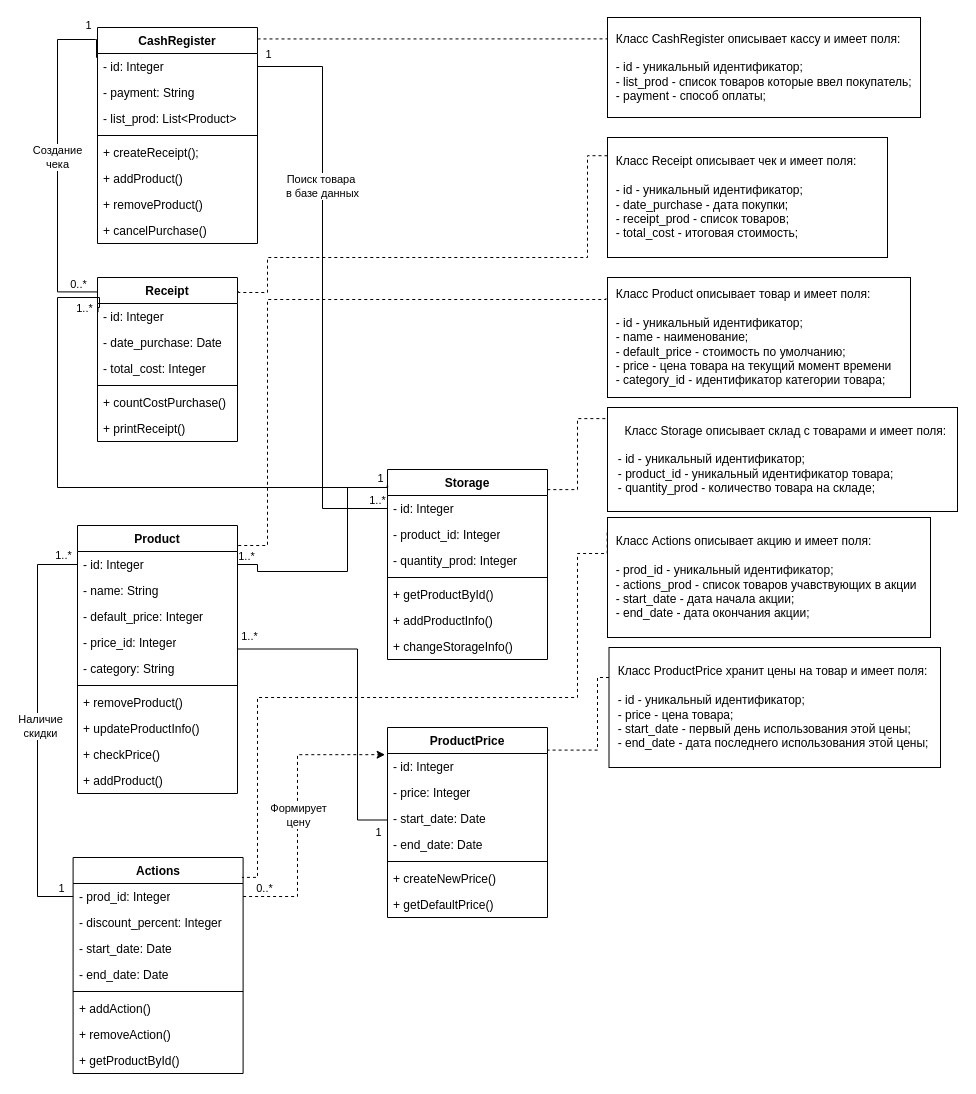
Above: Диаграмма без названия.drawio in IlyaSannikow/Machine-learning (draw.io), before the change. Source tidied: cells renumbered, new cells numbered last; positions are measured from the earlier drawing's top-left corner, leaving out a move shared by most shapes. Both pictures are drawn from the tidied source at 100%, with x=0, y=0 at pixel (37, 17).
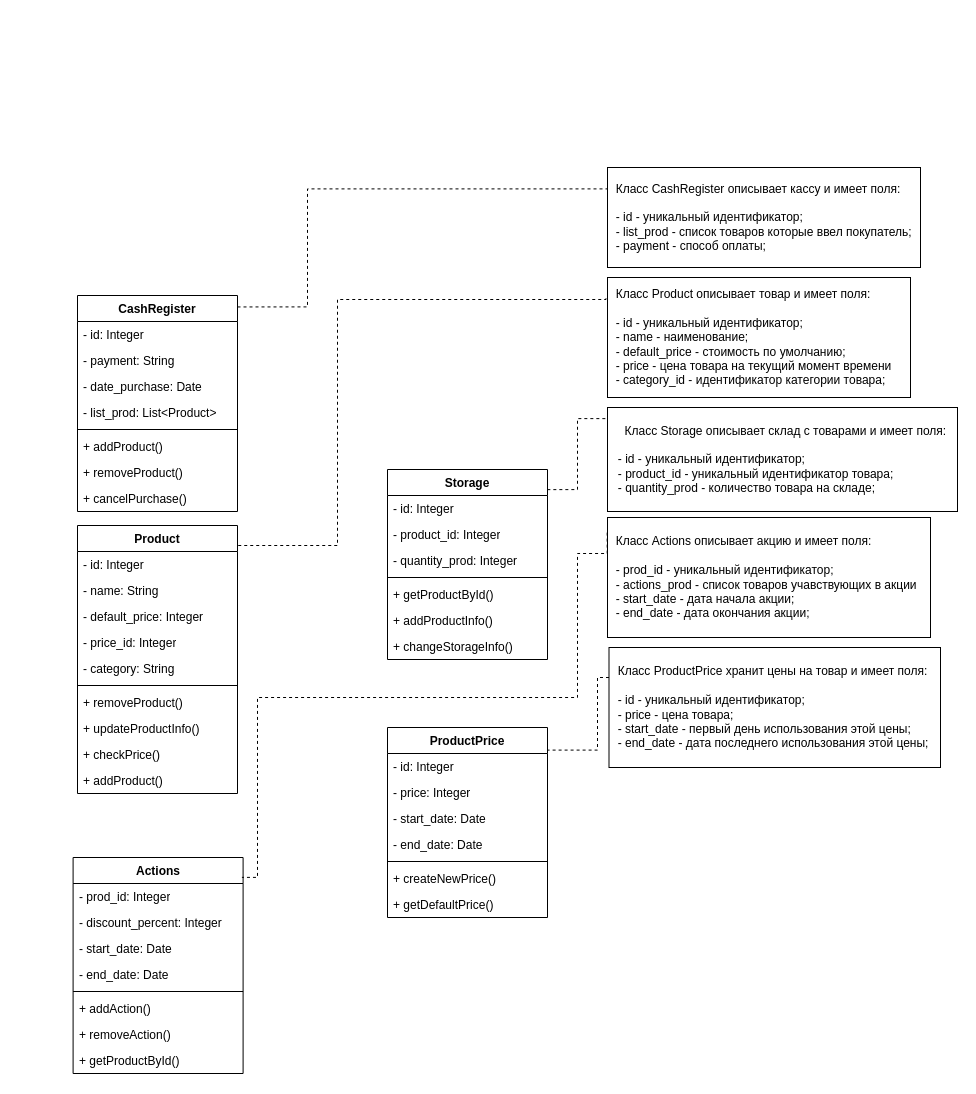
The same diagram, later.

Commit message:
Удалил некорректные данные из диаграмм

The change refers to these unchanged cells:
```xml
<mxCell id="2" value="Product" style="swimlane;fontStyle=1;align=center;verticalAlign=top;horizontal=1;startSize=26;whiteSpace=wrap;html=1;" parent="1" vertex="1">
  <mxGeometry x="40" y="508" width="160" height="268" as="geometry" />
</mxCell>
<mxCell id="3" value="- id: Integer" style="text;strokeColor=none;fillColor=none;align=left;verticalAlign=top;spacingLeft=4;spacingRight=4;overflow=hidden;points=[[0,0.5],[1,0.5]];portConstraint=eastwest;whiteSpace=wrap;html=1;" parent="2" vertex="1">
  <mxGeometry y="26" width="160" height="26" as="geometry" />
</mxCell>
<mxCell id="6" value="- price_id: Integer" style="text;strokeColor=none;fillColor=none;align=left;verticalAlign=top;spacingLeft=4;spacingRight=4;overflow=hidden;points=[[0,0.5],[1,0.5]];portConstraint=eastwest;whiteSpace=wrap;html=1;" parent="2" vertex="1">
  <mxGeometry y="104" width="160" height="26" as="geometry" />
</mxCell>
<mxCell id="13" value="&amp;nbsp; Класс Product описывает товар и имеет поля:&amp;nbsp;&lt;div&gt;&lt;br&gt;&lt;div&gt;&amp;nbsp; - id - уникальный идентификатор;&lt;/div&gt;&lt;div&gt;&amp;nbsp; - name - наименование;&lt;/div&gt;&lt;div&gt;&amp;nbsp; - default_price - стоимость по умолчанию;&lt;/div&gt;&lt;div&gt;&amp;nbsp; - price - цена товара на текущий момент времени&lt;/div&gt;&lt;div&gt;&amp;nbsp; - category_id - идентификатор категории товара;&lt;/div&gt;&lt;/div&gt;" style="html=1;whiteSpace=wrap;align=left;" parent="1" vertex="1">
  <mxGeometry x="570" y="260" width="303" height="120" as="geometry" />
</mxCell>
<mxCell id="14" value="Storage" style="swimlane;fontStyle=1;align=center;verticalAlign=top;horizontal=1;startSize=26;whiteSpace=wrap;html=1;" parent="1" vertex="1">
  <mxGeometry x="350" y="452" width="160" height="190" as="geometry" />
</mxCell>
<mxCell id="15" value="- id: Integer" style="text;strokeColor=none;fillColor=none;align=left;verticalAlign=top;spacingLeft=4;spacingRight=4;overflow=hidden;points=[[0,0.5],[1,0.5]];portConstraint=eastwest;whiteSpace=wrap;html=1;" parent="14" vertex="1">
  <mxGeometry y="26" width="160" height="26" as="geometry" />
</mxCell>
<mxCell id="28" value="- prod_id: Integer" style="text;strokeColor=none;fillColor=none;align=left;verticalAlign=top;spacingLeft=4;spacingRight=4;overflow=hidden;points=[[0,0.5],[1,0.5]];portConstraint=eastwest;whiteSpace=wrap;html=1;" parent="27" vertex="1">
  <mxGeometry y="26" width="170" height="26" as="geometry" />
</mxCell>
<mxCell id="46" value="- id: Integer" style="text;strokeColor=none;fillColor=none;align=left;verticalAlign=top;spacingLeft=4;spacingRight=4;overflow=hidden;points=[[0,0.5],[1,0.5]];portConstraint=eastwest;whiteSpace=wrap;html=1;" parent="45" vertex="1">
  <mxGeometry y="26" width="160" height="26" as="geometry" />
</mxCell>
<mxCell id="56" value="ProductPrice" style="swimlane;fontStyle=1;align=center;verticalAlign=top;horizontal=1;startSize=26;whiteSpace=wrap;html=1;" parent="1" vertex="1">
  <mxGeometry x="350" y="710" width="160" height="190" as="geometry" />
</mxCell>
```

What changed in the source:
```diff
@@
     <mxCell id="23" style="edgeStyle=orthogonalEdgeStyle;rounded=0;jettySize=auto;html=1;dashed=1;endArrow=none;endFill=0;exitX=-0.005;exitY=0.173;exitDx=0;exitDy=0;exitPerimeter=0;entryX=1;entryY=0.069;entryDx=0;entryDy=0;entryPerimeter=0;" parent="1" edge="1" source="13" target="2">
       <mxGeometry relative="1" as="geometry">
         <Array as="points">
-          <mxPoint x="230" y="282" />
-          <mxPoint x="230" y="528" />
+          <mxPoint x="569" y="282" />
+          <mxPoint x="300" y="282" />
+          <mxPoint x="300" y="528" />
           <mxPoint x="200" y="528" />
         </Array>
       </mxGeometry>
     </mxCell>
@@
-    <mxCell id="25" style="edgeStyle=orthogonalEdgeStyle;rounded=0;jettySize=auto;html=1;exitX=1;exitY=0.5;exitDx=0;exitDy=0;endArrow=none;endFill=0;startArrow=none;startFill=0;entryX=0.001;entryY=0.084;entryDx=0;entryDy=0;entryPerimeter=0;" parent="1" edge="1" source="3" target="14">
-      <mxGeometry relative="1" as="geometry">
-        <Array as="points">
-          <mxPoint x="220" y="547" />
-          <mxPoint x="220" y="554" />
-          <mxPoint x="310" y="554" />
-          <mxPoint x="310" y="470" />
-          <mxPoint x="350" y="470" />
-        </Array>
-      </mxGeometry>
-    </mxCell>
-    <mxCell id="26" value="1..*" style="edgeLabel;html=1;align=center;verticalAlign=middle;" parent="25" vertex="1">
-      <mxGeometry x="-0.87" y="-2" relative="1" as="geometry">
-        <mxPoint x="-8" y="-11" as="offset" />
-      </mxGeometry>
-    </mxCell>
@@
-    <mxCell id="38" value="Receipt" style="swimlane;fontStyle=1;align=center;verticalAlign=top;horizontal=1;startSize=26;whiteSpace=wrap;html=1;" parent="1" vertex="1">
-      <mxGeometry x="60" y="260" width="140" height="164" as="geometry" />
-    </mxCell>
-    <mxCell id="39" value="- id: Integer" style="text;strokeColor=none;fillColor=none;align=left;verticalAlign=top;spacingLeft=4;spacingRight=4;overflow=hidden;whiteSpace=wrap;html=1;" parent="38" vertex="1">
-      <mxGeometry y="26" width="140" height="26" as="geometry" />
-    </mxCell>
-    <mxCell id="40" value="- date_purchase: Date" style="text;strokeColor=none;fillColor=none;align=left;verticalAlign=top;spacingLeft=4;spacingRight=4;overflow=hidden;whiteSpace=wrap;html=1;" parent="38" vertex="1">
-      <mxGeometry y="52" width="140" height="26" as="geometry" />
-    </mxCell>
-    <mxCell id="41" value="- total_cost: Integer" style="text;strokeColor=none;fillColor=none;align=left;verticalAlign=top;spacingLeft=4;spacingRight=4;overflow=hidden;whiteSpace=wrap;html=1;" parent="38" vertex="1">
-      <mxGeometry y="78" width="140" height="26" as="geometry" />
-    </mxCell>
-    <mxCell id="42" style="line;strokeWidth=1;fillColor=none;align=left;verticalAlign=middle;spacingTop=-1;spacingLeft=3;spacingRight=3;labelPosition=right;strokeColor=inherit;" parent="38" vertex="1">
-      <mxGeometry y="104" width="140" height="8" as="geometry" />
-    </mxCell>
-    <mxCell id="43" value="+ countCostPurchase()" style="text;strokeColor=none;fillColor=none;align=left;verticalAlign=top;spacingLeft=4;spacingRight=4;overflow=hidden;whiteSpace=wrap;html=1;" parent="38" vertex="1">
-      <mxGeometry y="112" width="140" height="26" as="geometry" />
-    </mxCell>
-    <mxCell id="44" value="+ printReceipt()" style="text;strokeColor=none;fillColor=none;align=left;verticalAlign=top;spacingLeft=4;spacingRight=4;overflow=hidden;whiteSpace=wrap;html=1;" parent="38" vertex="1">
-      <mxGeometry y="138" width="140" height="26" as="geometry" />
-    </mxCell>
     <mxCell id="45" value="CashRegister" style="swimlane;fontStyle=1;align=center;verticalAlign=top;horizontal=1;startSize=26;whiteSpace=wrap;html=1;" parent="1" vertex="1">
-      <mxGeometry x="60" y="10" width="160" height="216" as="geometry" />
+      <mxGeometry x="40" y="278" width="160" height="216" as="geometry" />
     </mxCell>
@@
+    <mxCell id="40" value="- date_purchase: Date" style="text;strokeColor=none;fillColor=none;align=left;verticalAlign=top;spacingLeft=4;spacingRight=4;overflow=hidden;whiteSpace=wrap;html=1;" parent="45" vertex="1">
+      <mxGeometry y="78" width="160" height="26" as="geometry" />
+    </mxCell>
     <mxCell id="48" value="- list_prod: List&amp;lt;Product&amp;gt;" style="text;strokeColor=none;fillColor=none;align=left;verticalAlign=top;spacingLeft=4;spacingRight=4;overflow=hidden;whiteSpace=wrap;html=1;" parent="45" vertex="1">
-      <mxGeometry y="78" width="160" height="26" as="geometry" />
+      <mxGeometry y="104" width="160" height="26" as="geometry" />
     </mxCell>
     <mxCell id="49" style="line;strokeWidth=1;fillColor=none;align=left;verticalAlign=middle;spacingTop=-1;spacingLeft=3;spacingRight=3;labelPosition=right;strokeColor=inherit;" parent="45" vertex="1">
-      <mxGeometry y="104" width="160" height="8" as="geometry" />
+      <mxGeometry y="130" width="160" height="8" as="geometry" />
     </mxCell>
-    <mxCell id="50" value="+ createReceipt();" style="text;strokeColor=none;fillColor=none;align=left;verticalAlign=top;spacingLeft=4;spacingRight=4;overflow=hidden;whiteSpace=wrap;html=1;" parent="45" vertex="1">
-      <mxGeometry y="112" width="160" height="26" as="geometry" />
-    </mxCell>
@@
-    <mxCell id="54" value="&amp;nbsp; Класс Receipt описывает чек и имеет поля:&amp;nbsp;&lt;div&gt;&lt;br&gt;&lt;div&gt;&amp;nbsp; - id - уникальный идентификатор;&lt;/div&gt;&lt;div&gt;&amp;nbsp; - date_purchase - дата покупки;&lt;/div&gt;&lt;div&gt;&amp;nbsp; - receipt_prod - список товаров;&lt;/div&gt;&lt;div&gt;&amp;nbsp; - total_cost - итоговая стоимость;&lt;/div&gt;&lt;/div&gt;" style="html=1;whiteSpace=wrap;align=left;" parent="1" vertex="1">
-      <mxGeometry x="570" y="120" width="280" height="120" as="geometry" />
-    </mxCell>
-    <mxCell id="55" style="edgeStyle=orthogonalEdgeStyle;rounded=0;jettySize=auto;html=1;exitX=0;exitY=0.152;exitDx=0;exitDy=0;entryX=1.007;entryY=0.081;entryDx=0;entryDy=0;entryPerimeter=0;exitPerimeter=0;endArrow=none;endFill=0;dashed=1;" parent="1" edge="1" source="54" target="38">
-      <mxGeometry relative="1" as="geometry">
-        <Array as="points">
-          <mxPoint x="550" y="138" />
-          <mxPoint x="550" y="240" />
-          <mxPoint x="230" y="240" />
-          <mxPoint x="230" y="275" />
-        </Array>
-      </mxGeometry>
-    </mxCell>
@@
-    <mxCell id="64" style="edgeStyle=orthogonalEdgeStyle;rounded=0;jettySize=auto;html=1;exitX=1;exitY=0.5;exitDx=0;exitDy=0;entryX=0;entryY=0.5;entryDx=0;entryDy=0;endArrow=none;endFill=0;" parent="1" edge="1" source="6">
-      <mxGeometry relative="1" as="geometry">
-        <mxPoint x="350" y="725" as="targetPoint" />
-        <Array as="points">
-          <mxPoint x="320" y="631.5" />
-          <mxPoint x="320" y="802.5" />
-        </Array>
-      </mxGeometry>
-    </mxCell>
-    <mxCell id="65" value="1" style="edgeLabel;html=1;align=center;verticalAlign=middle;" parent="64" vertex="1">
-      <mxGeometry x="0.92" relative="1" as="geometry">
-        <mxPoint x="-10" y="73" as="offset" />
-      </mxGeometry>
-    </mxCell>
-    <mxCell id="66" value="1..*" style="edgeLabel;html=1;align=center;verticalAlign=middle;" parent="64" vertex="1">
-      <mxGeometry x="-0.88" y="-1" relative="1" as="geometry">
-        <mxPoint x="-6" y="-14" as="offset" />
-      </mxGeometry>
-    </mxCell>
     <mxCell id="67" value="&amp;nbsp; Класс CashRegister описывает кассу и имеет поля:&amp;nbsp;&lt;div&gt;&lt;br&gt;&lt;div&gt;&amp;nbsp; - id - уникальный идентификатор;&lt;/div&gt;&lt;/div&gt;&lt;div&gt;&amp;nbsp; - list_prod - список товаров которые ввел покупатель;&lt;/div&gt;&lt;div&gt;&amp;nbsp; - payment - способ оплаты;&lt;/div&gt;" style="html=1;whiteSpace=wrap;align=left;" parent="1" vertex="1">
-      <mxGeometry x="570" width="313" height="100" as="geometry" />
+      <mxGeometry x="570" y="150" width="313" height="100" as="geometry" />
     </mxCell>
     <mxCell id="68" style="edgeStyle=orthogonalEdgeStyle;rounded=0;jettySize=auto;html=1;entryX=0;entryY=0.214;entryDx=0;entryDy=0;endArrow=none;endFill=0;dashed=1;exitX=1;exitY=0.053;exitDx=0;exitDy=0;exitPerimeter=0;entryPerimeter=0;" parent="1" edge="1" source="45" target="67">
-      <mxGeometry relative="1" as="geometry" />
+      <mxGeometry relative="1" as="geometry">
+        <Array as="points">
+          <mxPoint x="270" y="289" />
+          <mxPoint x="270" y="171" />
+        </Array>
+      </mxGeometry>
     </mxCell>
@@
-    <mxCell id="71" style="edgeStyle=orthogonalEdgeStyle;rounded=0;jettySize=auto;html=1;exitX=-0.006;exitY=0.14;exitDx=0;exitDy=0;exitPerimeter=0;endArrow=none;endFill=0;entryX=0.003;entryY=0.088;entryDx=0;entryDy=0;entryPerimeter=0;" parent="1" edge="1" source="45" target="38">
-      <mxGeometry relative="1" as="geometry">
-        <Array as="points">
-          <mxPoint x="58" y="22" />
-          <mxPoint x="20" y="22" />
-          <mxPoint x="20" y="230" />
-        </Array>
-      </mxGeometry>
-    </mxCell>
-    <mxCell id="72" value="1" style="edgeLabel;html=1;align=center;verticalAlign=middle;" parent="71" vertex="1">
-      <mxGeometry x="-0.92" y="-2" relative="1" as="geometry">
-        <mxPoint x="-11" y="-19" as="offset" />
-      </mxGeometry>
-    </mxCell>
-    <mxCell id="73" value="0..*" style="edgeLabel;html=1;align=center;verticalAlign=middle;" parent="71" vertex="1">
-      <mxGeometry x="0.89" y="-1" relative="1" as="geometry">
-        <mxPoint x="-1" y="-9" as="offset" />
-      </mxGeometry>
-    </mxCell>
-    <mxCell id="74" value="Создание&lt;div&gt;чека&lt;/div&gt;" style="edgeLabel;html=1;align=center;verticalAlign=middle;" parent="71" vertex="1">
-      <mxGeometry y="-1" relative="1" as="geometry" />
-    </mxCell>
-    <mxCell id="75" style="edgeStyle=orthogonalEdgeStyle;rounded=0;jettySize=auto;html=1;exitX=1;exitY=0.5;exitDx=0;exitDy=0;entryX=-0.015;entryY=0.143;entryDx=0;entryDy=0;entryPerimeter=0;dashed=1;" parent="1" edge="1" source="28" target="56">
-      <mxGeometry relative="1" as="geometry">
-        <Array as="points">
-          <mxPoint x="260" y="879" />
-          <mxPoint x="260" y="737" />
-        </Array>
-      </mxGeometry>
-    </mxCell>
-    <mxCell id="76" value="0..*" style="edgeLabel;html=1;align=center;verticalAlign=middle;" parent="75" vertex="1">
-      <mxGeometry x="-0.87" relative="1" as="geometry">
-        <mxPoint x="3" y="-9" as="offset" />
-      </mxGeometry>
-    </mxCell>
-    <mxCell id="77" value="Формирует&lt;div&gt;цену&lt;/div&gt;" style="edgeLabel;html=1;align=center;verticalAlign=middle;" parent="75" vertex="1">
-      <mxGeometry x="0.1" y="-1" relative="1" as="geometry">
-        <mxPoint x="-1" y="20" as="offset" />
-      </mxGeometry>
-    </mxCell>
-    <mxCell id="78" style="edgeStyle=orthogonalEdgeStyle;rounded=0;jettySize=auto;html=1;exitX=0;exitY=0.182;exitDx=0;exitDy=0;endArrow=none;endFill=0;exitPerimeter=0;entryX=-0.002;entryY=0.084;entryDx=0;entryDy=0;entryPerimeter=0;" parent="1" edge="1" target="14">
-      <mxGeometry relative="1" as="geometry">
-        <mxPoint x="60.5" y="294.6" as="sourcePoint" />
-        <Array as="points">
-          <mxPoint x="61" y="290" />
-          <mxPoint x="62" y="290" />
-          <mxPoint x="62" y="280" />
-          <mxPoint x="20" y="280" />
-          <mxPoint x="20" y="470" />
-          <mxPoint x="350" y="470" />
-        </Array>
-      </mxGeometry>
-    </mxCell>
-    <mxCell id="79" value="1..*" style="edgeLabel;html=1;align=center;verticalAlign=middle;" parent="78" vertex="1">
-      <mxGeometry x="-0.96" relative="1" as="geometry">
-        <mxPoint x="-16" y="6" as="offset" />
-      </mxGeometry>
-    </mxCell>
-    <mxCell id="80" value="1" style="edgeLabel;html=1;align=center;verticalAlign=middle;" parent="78" vertex="1">
-      <mxGeometry x="0.96" y="-2" relative="1" as="geometry">
-        <mxPoint x="3" y="-12" as="offset" />
-      </mxGeometry>
-    </mxCell>
-    <mxCell id="81" style="edgeStyle=orthogonalEdgeStyle;rounded=0;jettySize=auto;html=1;exitX=1;exitY=0.5;exitDx=0;exitDy=0;entryX=0;entryY=0.5;entryDx=0;entryDy=0;endArrow=none;endFill=0;" parent="1" edge="1" source="46" target="15">
-      <mxGeometry relative="1" as="geometry" />
-    </mxCell>
-    <mxCell id="82" value="1" style="edgeLabel;html=1;align=center;verticalAlign=middle;" parent="81" vertex="1">
-      <mxGeometry x="-0.91" relative="1" as="geometry">
-        <mxPoint x="-16" y="-13" as="offset" />
-      </mxGeometry>
-    </mxCell>
-    <mxCell id="83" value="1..*" style="edgeLabel;html=1;align=center;verticalAlign=middle;" parent="81" vertex="1">
-      <mxGeometry x="0.87" y="-1" relative="1" as="geometry">
-        <mxPoint x="26" y="-10" as="offset" />
-      </mxGeometry>
-    </mxCell>
-    <mxCell id="84" value="Поиск товара&amp;nbsp;&lt;div&gt;в базе данных&lt;/div&gt;" style="edgeLabel;html=1;align=center;verticalAlign=middle;" parent="81" vertex="1">
-      <mxGeometry x="-0.41" y="-1" relative="1" as="geometry">
-        <mxPoint y="15" as="offset" />
-      </mxGeometry>
-    </mxCell>
-    <mxCell id="85" style="edgeStyle=orthogonalEdgeStyle;rounded=0;jettySize=auto;html=1;exitX=0;exitY=0.5;exitDx=0;exitDy=0;entryX=0;entryY=0.5;entryDx=0;entryDy=0;endArrow=none;endFill=0;" parent="1" edge="1" source="28" target="3">
-      <mxGeometry relative="1" as="geometry">
-        <Array as="points">
-          <mxPoint y="879" />
-          <mxPoint y="547" />
-        </Array>
-      </mxGeometry>
-    </mxCell>
-    <mxCell id="86" value="Наличие&lt;div&gt;скидки&lt;/div&gt;" style="edgeLabel;html=1;align=center;verticalAlign=middle;" parent="85" vertex="1">
-      <mxGeometry x="0.35" y="1" relative="1" as="geometry">
-        <mxPoint x="3" y="69" as="offset" />
-      </mxGeometry>
-    </mxCell>
-    <mxCell id="87" value="1..*" style="edgeLabel;html=1;align=center;verticalAlign=middle;" parent="85" vertex="1">
-      <mxGeometry x="0.89" relative="1" as="geometry">
-        <mxPoint x="8" y="-10" as="offset" />
-      </mxGeometry>
-    </mxCell>
-    <mxCell id="88" value="1" style="edgeLabel;html=1;align=center;verticalAlign=middle;" parent="85" vertex="1">
-      <mxGeometry x="-0.94" relative="1" as="geometry">
-        <mxPoint y="-9" as="offset" />
-      </mxGeometry>
-    </mxCell>
```
